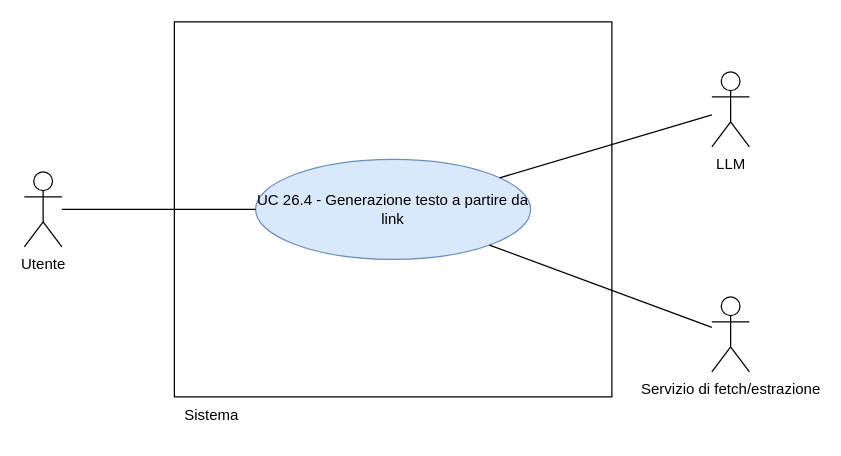
Above: RTB/doc_esterna/analisi-dei-requisiti/assets/draw.io/UC26.4.drawio in thebitless-group-swe/thebitless.github.io (draw.io), before the change. Source tidied: cells renumbered, new cells numbered last; positions are measured from the earlier drawing's top-left corner, leaving out a move shared by most shapes. Both pictures are drawn from the tidied source at 125%, with x=0, y=0 at pixel (24, 21).
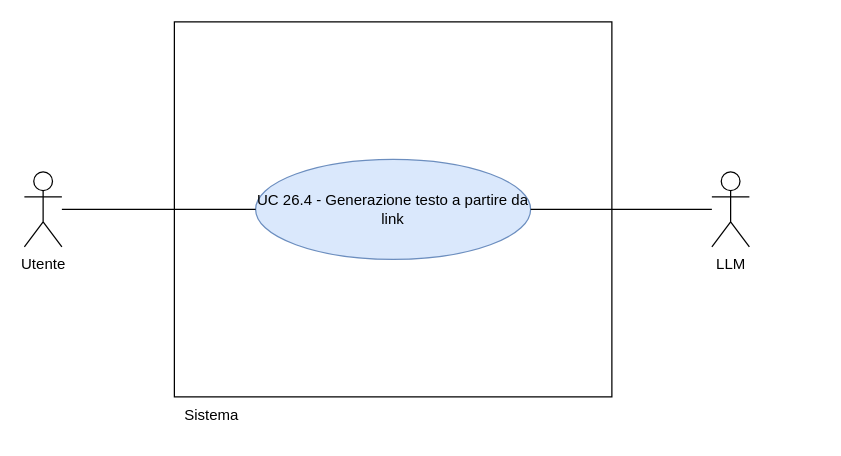
The same page after the edit.

What changed in the source:
```diff
@@
 <mxGraphModel>
   <root>
     <mxCell id="0" />
     <mxCell id="1" parent="0" />
     <mxCell id="2" value="Utente" style="shape=umlActor;verticalLabelPosition=bottom;verticalAlign=top;html=1;outlineConnect=0;" parent="1" vertex="1">
       <mxGeometry y="120" width="30" height="60" as="geometry" />
     </mxCell>
     <mxCell id="3" value="LLM" style="shape=umlActor;verticalLabelPosition=bottom;verticalAlign=top;html=1;outlineConnect=0;" parent="1" vertex="1">
-      <mxGeometry x="550" y="40" width="30" height="60" as="geometry" />
+      <mxGeometry x="550" y="120" width="30" height="60" as="geometry" />
     </mxCell>
-    <mxCell id="4" value="Servizio di fetch/estrazione" style="shape=umlActor;verticalLabelPosition=bottom;verticalAlign=top;html=1;outlineConnect=0;" parent="1" vertex="1">
-      <mxGeometry x="550" y="220" width="30" height="60" as="geometry" />
-    </mxCell>
     <mxCell id="5" style="whiteSpace=wrap;html=1;" parent="1" vertex="1">
       <mxGeometry x="120" width="350" height="300" as="geometry" />
     </mxCell>
     <mxCell id="6" value="Sistema" style="text;html=1;whiteSpace=wrap;strokeColor=none;fillColor=none;align=center;verticalAlign=middle;rounded=0;" parent="1" vertex="1">
       <mxGeometry x="120" y="300" width="60" height="30" as="geometry" />
     </mxCell>
     <mxCell id="7" value="UC 26.4 - Generazione testo a partire da link" style="ellipse;whiteSpace=wrap;html=1;fillColor=#dae8fc;strokeColor=#6c8ebf;" parent="1" vertex="1">
       <mxGeometry x="185" y="110" width="220" height="80" as="geometry" />
     </mxCell>
     <mxCell id="8" style="edgeStyle=none;rounded=0;jettySize=auto;html=1;endArrow=none;endFill=0;" parent="1" edge="1" source="2" target="7">
       <mxGeometry relative="1" as="geometry" />
     </mxCell>
     <mxCell id="9" style="edgeStyle=none;rounded=0;jettySize=auto;html=1;endArrow=none;endFill=0;" parent="1" edge="1" source="3" target="7">
       <mxGeometry relative="1" as="geometry" />
     </mxCell>
-    <mxCell id="10" style="edgeStyle=none;rounded=0;jettySize=auto;html=1;endArrow=none;endFill=0;" parent="1" edge="1" source="4" target="7">
-      <mxGeometry relative="1" as="geometry" />
-    </mxCell>
   </root>
 </mxGraphModel>
```
